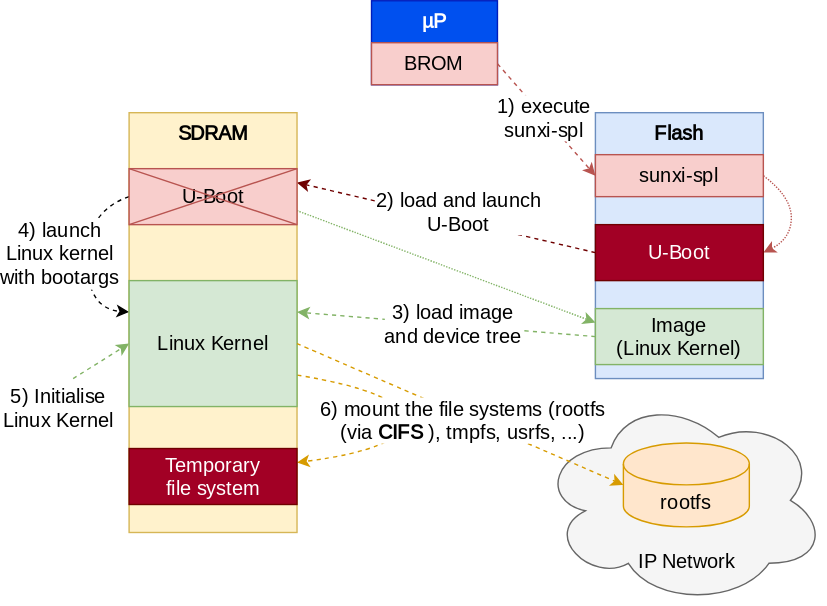
mse-csel/website keeps this draw.io diagram as docs/lecture/environnement/img/bootloader/boot-net.drawio.svg. Above is the earlier version. Source tidied: cells renumbered, new cells last; positions are measured from the earlier drawing's top-left corner, leaving out a move shared by most shapes.
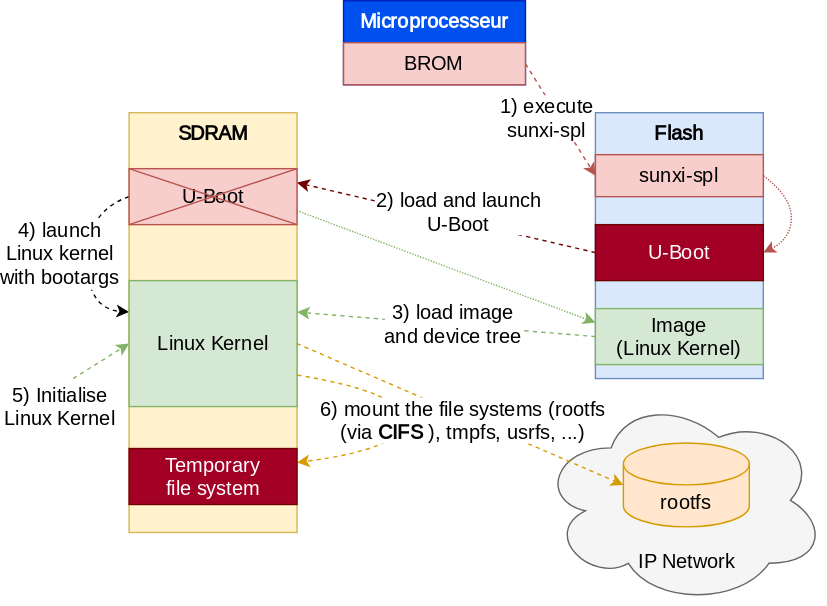
After the change.

What changed in the source:
```diff
@@ -78,18 +78,18 @@
     <mxCell id="20" value="Temporary&lt;br style=&quot;font-size: 14px;&quot;&gt;file system" style="rounded=0;whiteSpace=wrap;html=1;fillColor=#a20025;strokeColor=#6F0000;fontColor=#ffffff;fontFamily=Roboto;fontSource=https%3A%2F%2Ffonts.googleapis.com%2Fcss%3Ffamily%3DRoboto;fontSize=14;" parent="1" vertex="1">
       <mxGeometry x="39.8" y="320" width="120" height="40" as="geometry" />
     </mxCell>
-    <mxCell id="21" value="&lt;b style=&quot;font-size: 14px;&quot;&gt;µP&lt;/b&gt;" style="rounded=0;whiteSpace=wrap;html=1;verticalAlign=top;fillColor=#0050ef;fontColor=#ffffff;strokeColor=#001DBC;fontFamily=Roboto;fontSource=https%3A%2F%2Ffonts.googleapis.com%2Fcss%3Ffamily%3DRoboto;fontSize=14;" parent="1" vertex="1">
-      <mxGeometry x="213" width="90" height="60" as="geometry" />
+    <mxCell id="21" value="&lt;b style=&quot;font-size: 14px;&quot;&gt;Microprocesseur&lt;/b&gt;" style="rounded=0;whiteSpace=wrap;html=1;verticalAlign=top;fillColor=#0050ef;fontColor=#ffffff;strokeColor=#001DBC;fontFamily=Roboto;fontSource=https%3A%2F%2Ffonts.googleapis.com%2Fcss%3Ffamily%3DRoboto;fontSize=14;" parent="1" vertex="1">
+      <mxGeometry x="193" width="130" height="60" as="geometry" />
     </mxCell>
     <mxCell id="22" value="BROM" style="rounded=0;whiteSpace=wrap;html=1;fillColor=#f8cecc;strokeColor=#b85450;fontFamily=Roboto;fontSource=https%3A%2F%2Ffonts.googleapis.com%2Fcss%3Ffamily%3DRoboto;fontSize=14;" parent="1" vertex="1">
-      <mxGeometry x="213" y="30" width="90" height="30" as="geometry" />
+      <mxGeometry x="193" y="30" width="130" height="30" as="geometry" />
     </mxCell>
     <mxCell id="23" style="endArrow=classic;html=1;exitX=1;exitY=0.5;exitDx=0;exitDy=0;entryX=0;entryY=0.5;entryDx=0;entryDy=0;fillColor=#f8cecc;strokeColor=#b85450;dashed=1;fontFamily=Roboto;fontSource=https%3A%2F%2Ffonts.googleapis.com%2Fcss%3Ffamily%3DRoboto;fontSize=14;" parent="1" edge="1" source="22" target="5">
       <mxGeometry relative="1" as="geometry" />
     </mxCell>
     <mxCell id="24" value="1) execute&lt;br style=&quot;font-size: 14px;&quot;&gt;sunxi-spl" style="edgeLabel;html=1;align=center;verticalAlign=middle;fontFamily=Roboto;fontSource=https%3A%2F%2Ffonts.googleapis.com%2Fcss%3Ffamily%3DRoboto;fontSize=14;" parent="23" vertex="1">
       <mxGeometry x="-0.06" y="-2" relative="1" as="geometry">
-        <mxPoint x="1" as="offset" />
+        <mxPoint x="-7" as="offset" />
       </mxGeometry>
     </mxCell>
     <mxCell id="25" style="endArrow=classic;html=1;dashed=1;curved=1;entryX=0;entryY=0.5;entryDx=0;entryDy=0;fillColor=#d5e8d4;strokeColor=#82b366;fontFamily=Roboto;fontSource=https%3A%2F%2Ffonts.googleapis.com%2Fcss%3Ffamily%3DRoboto;fontSize=14;" parent="1" edge="1" target="19">
```
